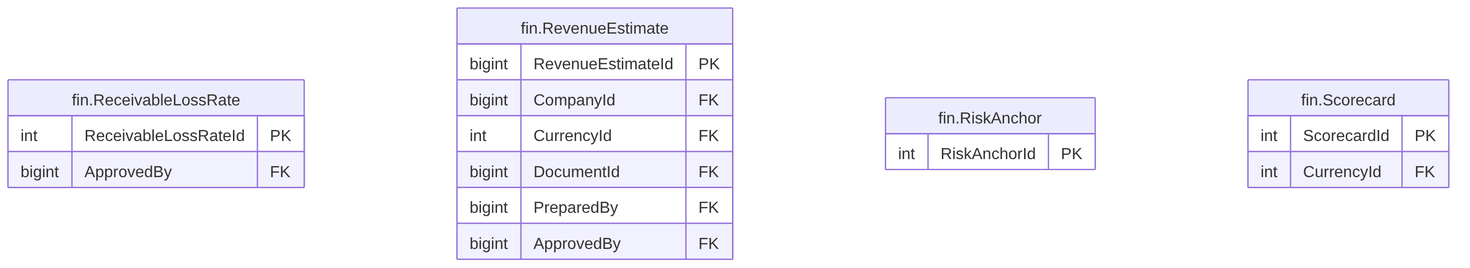
The Mermaid diagram treasury-platform/docs/diagrams/erd/m5_financials_11.png in thawrasy/smartlines, before a commit. Its source is kept beside it as treasury-platform/docs/diagrams/erd/m5_financials_11.mmd.
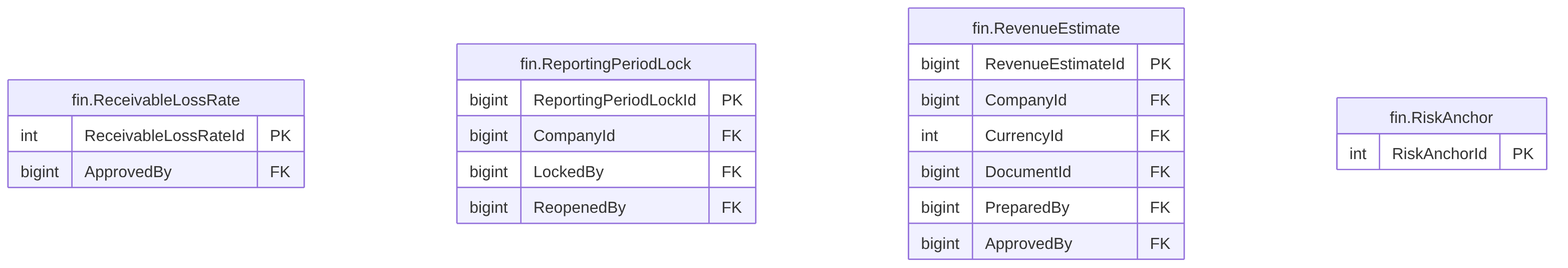
The same file after the commit.

Diff of the diagram source:
```diff
@@ -2,6 +2,12 @@
   fin_ReceivableLossRate["fin.ReceivableLossRate"] {
     int ReceivableLossRateId PK
     bigint ApprovedBy FK
+  }
+  fin_ReportingPeriodLock["fin.ReportingPeriodLock"] {
+    bigint ReportingPeriodLockId PK
+    bigint CompanyId FK
+    bigint LockedBy FK
+    bigint ReopenedBy FK
   }
   fin_RevenueEstimate["fin.RevenueEstimate"] {
     bigint RevenueEstimateId PK
@@ -14,7 +20,3 @@
   fin_RiskAnchor["fin.RiskAnchor"] {
     int RiskAnchorId PK
   }
-  fin_Scorecard["fin.Scorecard"] {
-    int ScorecardId PK
-    int CurrencyId FK
-  }
```
